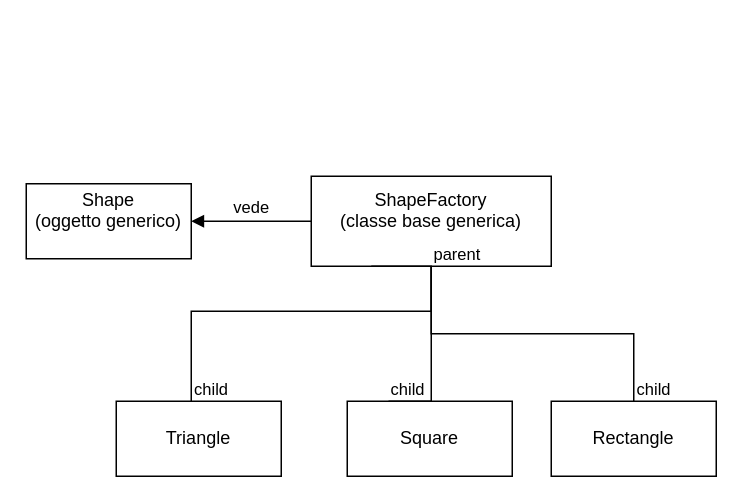
Rickard75/Rickard75 keeps this draw.io diagram as Shape.drawio. Above is the earlier version. Source tidied: cells renumbered, new cells numbered last; positions are measured from the earlier drawing's top-left corner, leaving out a move shared by most shapes. Both pictures are drawn from the tidied source at 150%, with x=0, y=0 at pixel (26, 176).
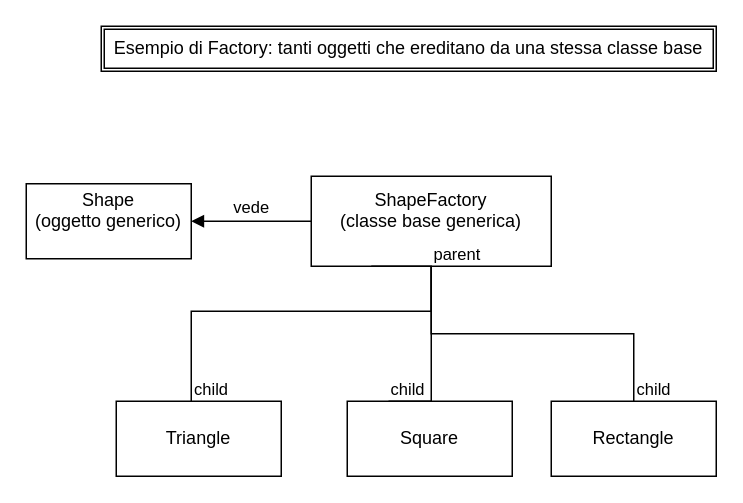
The same diagram, later.

Commit message:
aggiunto titolo

Change to the diagram source:
```diff
@@
+    <mxCell id="15" value="Esempio di Factory: tanti oggetti che ereditano da una stessa classe base" style="shape=ext;double=1;rounded=0;whiteSpace=wrap;html=1;" parent="1" vertex="1">
+      <mxGeometry x="50" y="-100" width="410" height="30" as="geometry" />
+    </mxCell>
```
